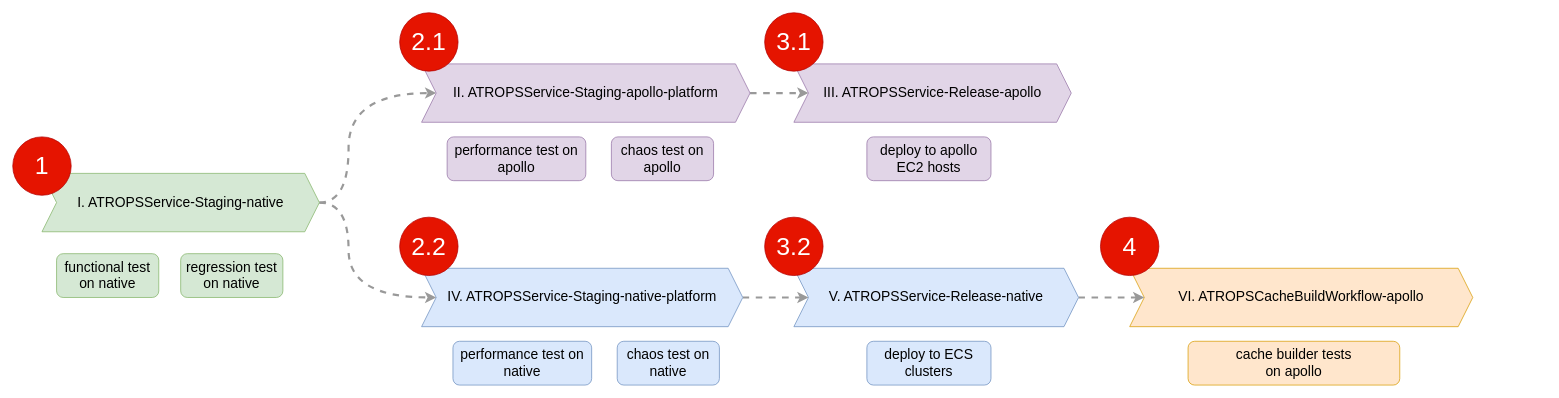
Above: page "v2 - weekly code release" (14 of 16) of NAWS_ready_two_pipelines.drawio in PQMeng/draw.io-source-files (draw.io), before the change. Source tidied: cells renumbered, new cells numbered last; positions are measured from the earlier drawing's top-left corner, leaving out a move shared by most shapes. Both pictures are drawn from the tidied source at 73%, with x=0, y=0 at pixel (12, 12).
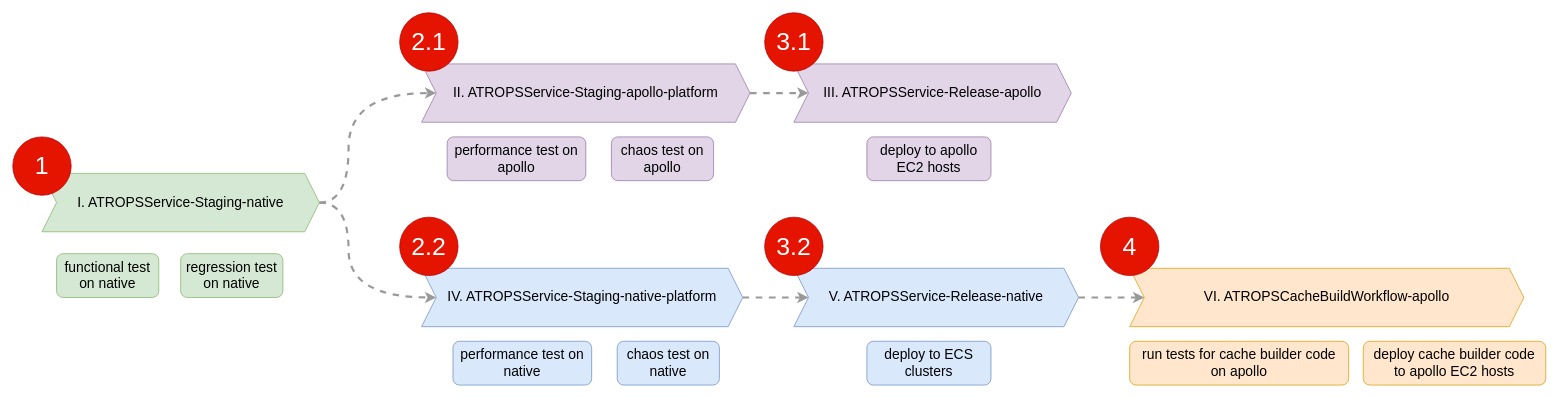
After the change.

Change to the diagram source:
```diff
@@
     <mxCell id="10" value="&lt;span&gt;VI. ATROPSCacheBuildWorkflow-apollo&lt;/span&gt;" style="shape=step;perimeter=stepPerimeter;whiteSpace=wrap;html=1;fixedSize=1;fontSize=19;fillColor=#ffe6cc;strokeColor=#d79b00;" parent="1" vertex="1">
-      <mxGeometry x="1530" y="350" width="470" height="80" as="geometry" />
+      <mxGeometry x="1530" y="350" width="540" height="80" as="geometry" />
     </mxCell>
@@
-    <mxCell id="21" value="cache builder tests &lt;br&gt;on apollo" style="rounded=1;whiteSpace=wrap;html=1;fontSize=19;fillColor=#ffe6cc;strokeColor=#d79b00;" parent="1" vertex="1">
-      <mxGeometry x="1610" y="450" width="290" height="60" as="geometry" />
+    <mxCell id="21" value="deploy cache builder code&lt;br&gt;to apollo EC2 hosts" style="rounded=1;whiteSpace=wrap;html=1;fontSize=19;fillColor=#ffe6cc;strokeColor=#d79b00;" parent="1" vertex="1">
+      <mxGeometry x="1850" y="450" width="250" height="60" as="geometry" />
     </mxCell>
@@
+    <mxCell id="28" value="run tests for cache builder code&lt;br&gt;on apollo" style="rounded=1;whiteSpace=wrap;html=1;fontSize=19;fillColor=#ffe6cc;strokeColor=#d79b00;" parent="1" vertex="1">
+      <mxGeometry x="1530" y="450" width="300" height="60" as="geometry" />
+    </mxCell>
```
